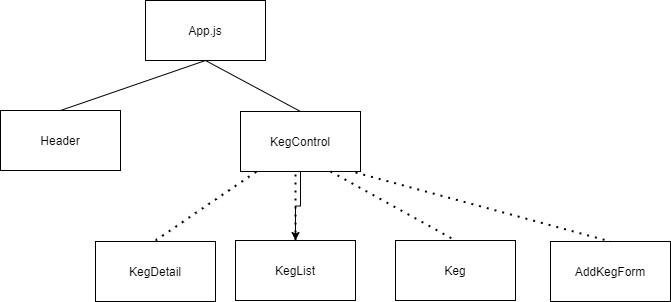
Above: public/diagram.png in ajmarkow/brewpub (draw.io), before the change. Source tidied: cells renumbered, new cells last; positions are measured from the earlier drawing's top-left corner, leaving out a move shared by most shapes.
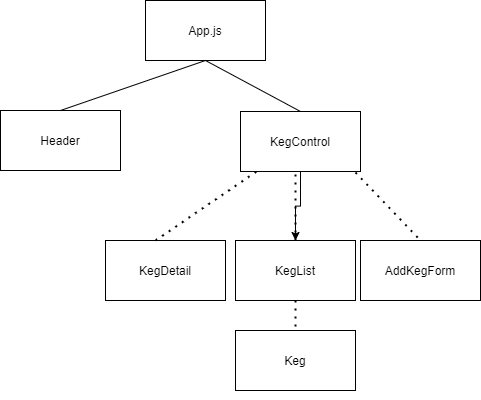
After the change.

Commit message:
Fix component diagram.

The edit, as a diff of the source:
```diff
@@ -6,7 +6,7 @@
       <mxGeometry x="235" y="240" width="120" height="60" as="geometry" />
     </mxCell>
     <mxCell id="3" value="Keg" style="rounded=0;whiteSpace=wrap;html=1;" parent="1" vertex="1">
-      <mxGeometry x="395" y="240" width="120" height="60" as="geometry" />
+      <mxGeometry x="235" y="330" width="120" height="60" as="geometry" />
     </mxCell>
     <mxCell id="4" value="App.js&lt;br&gt;" style="rounded=0;whiteSpace=wrap;html=1;" parent="1" vertex="1">
       <mxGeometry x="145" width="120" height="60" as="geometry" />
@@ -26,14 +26,14 @@
       <mxGeometry x="240" y="111" width="120" height="60" as="geometry" />
     </mxCell>
     <mxCell id="9" value="KegDetail" style="rounded=0;whiteSpace=wrap;html=1;" parent="1" vertex="1">
-      <mxGeometry x="95" y="241" width="120" height="60" as="geometry" />
+      <mxGeometry x="105" y="240" width="120" height="60" as="geometry" />
     </mxCell>
     <mxCell id="10" style="endArrow=none;dashed=1;html=1;dashPattern=1 3;strokeWidth=2;exitX=0.5;exitY=0;exitDx=0;exitDy=0;" parent="1" edge="1" source="2">
       <mxGeometry relative="1" as="geometry">
         <mxPoint x="295" y="171" as="targetPoint" />
       </mxGeometry>
     </mxCell>
-    <mxCell id="11" style="endArrow=none;dashed=1;html=1;dashPattern=1 3;strokeWidth=2;exitX=0.75;exitY=1;exitDx=0;exitDy=0;entryX=0.5;entryY=0;entryDx=0;entryDy=0;" parent="1" edge="1" source="8" target="3">
+    <mxCell id="11" style="endArrow=none;dashed=1;html=1;dashPattern=1 3;strokeWidth=2;exitX=0.5;exitY=1;exitDx=0;exitDy=0;entryX=0.5;entryY=0;entryDx=0;entryDy=0;" parent="1" edge="1" source="2" target="3">
       <mxGeometry relative="1" as="geometry" />
     </mxCell>
     <mxCell id="12" style="endArrow=none;dashed=1;html=1;dashPattern=1 3;strokeWidth=2;" parent="1" edge="1" target="8">
@@ -48,12 +48,15 @@
       <mxGeometry relative="1" as="geometry" />
     </mxCell>
     <mxCell id="15" value="AddKegForm" style="rounded=0;whiteSpace=wrap;html=1;" parent="1" vertex="1">
-      <mxGeometry x="550" y="241" width="120" height="60" as="geometry" />
+      <mxGeometry x="360" y="240" width="120" height="60" as="geometry" />
     </mxCell>
     <mxCell id="16" style="endArrow=none;dashed=1;html=1;dashPattern=1 3;strokeWidth=2;entryX=0.5;entryY=0;entryDx=0;entryDy=0;" parent="1" edge="1" target="15">
       <mxGeometry relative="1" as="geometry">
         <mxPoint x="355" y="172" as="sourcePoint" />
       </mxGeometry>
     </mxCell>
+    <mxCell id="17" style="edgeStyle=orthogonalEdgeStyle;rounded=0;orthogonalLoop=1;jettySize=auto;html=1;exitX=0.5;exitY=1;exitDx=0;exitDy=0;" parent="1" edge="1" source="3" target="3">
+      <mxGeometry relative="1" as="geometry" />
+    </mxCell>
   </root>
 </mxGraphModel>
```
